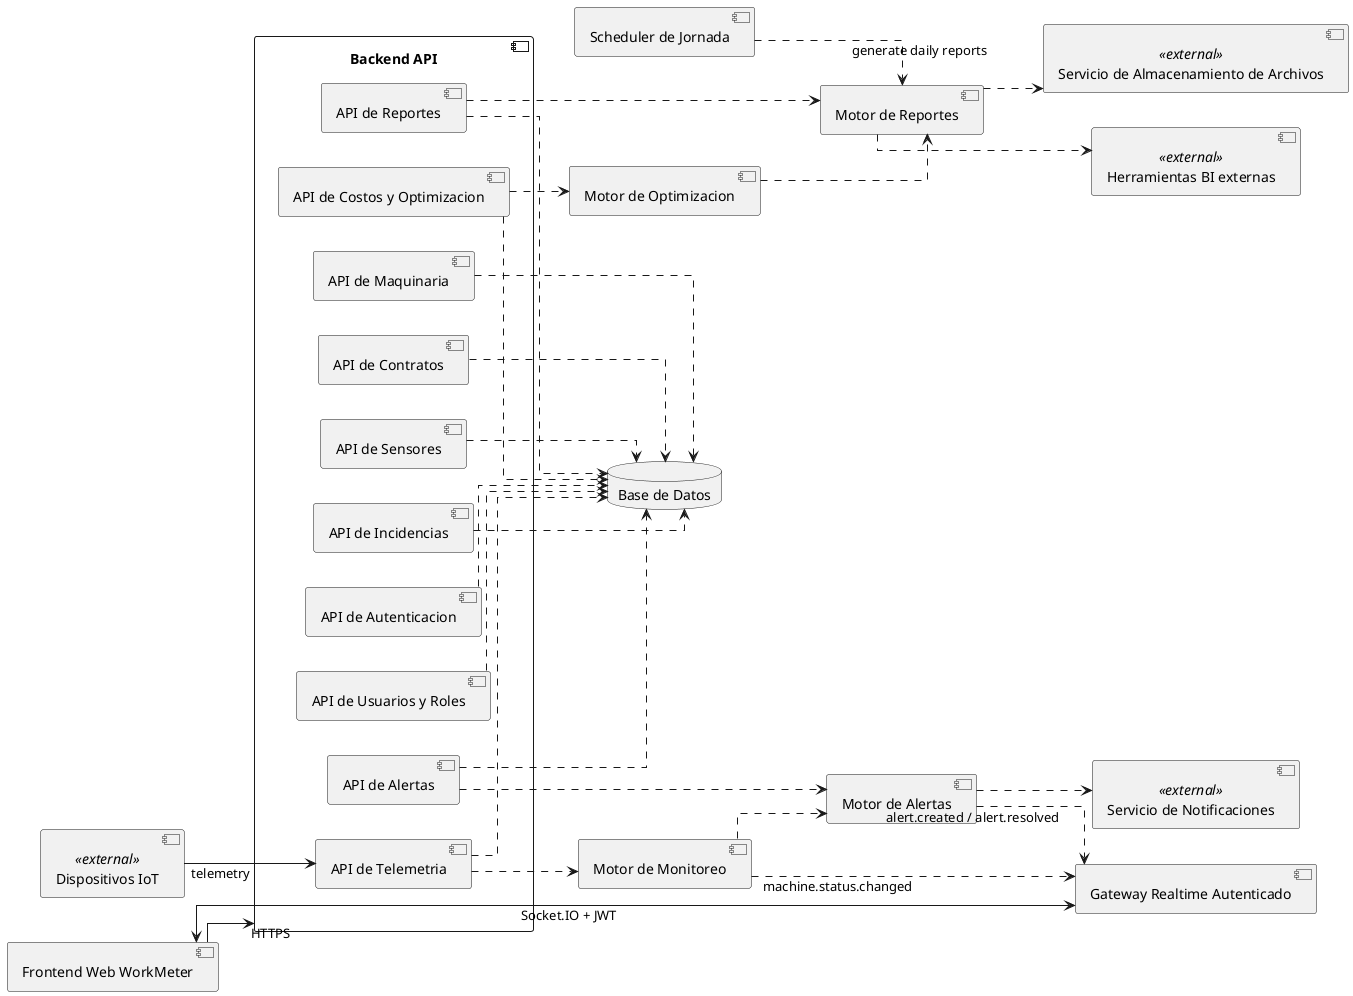
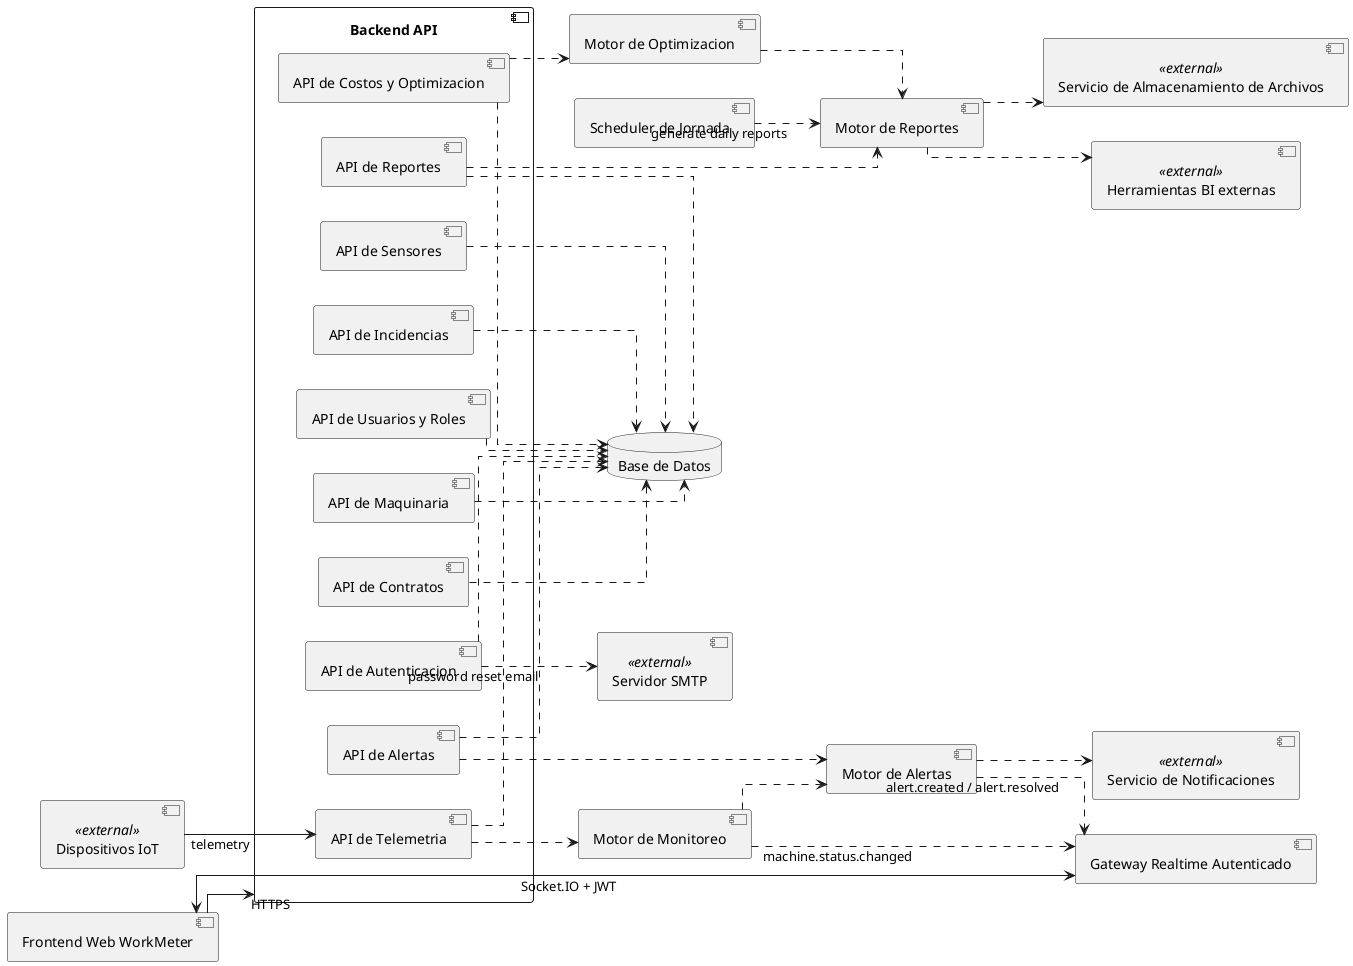
@startuml "Components: WorkMeter"
skinparam componentStyle uml2
skinparam linetype ortho
left to right direction

component "Frontend Web WorkMeter" as Frontend

component "Backend API" as Backend {
  component "API de Autenticacion" as AuthAPI
  component "API de Usuarios y Roles" as UsersAPI
  component "API de Maquinaria" as MachineryAPI
  component "API de Contratos" as ContractsAPI
  component "API de Sensores" as SensorsAPI
  component "API de Telemetria" as TelemetryAPI
  component "API de Alertas" as AlertsAPI
  component "API de Incidencias" as IncidentsAPI
  component "API de Reportes" as ReportsAPI
  component "API de Costos y Optimizacion" as CostsAPI
}

component "Motor de Monitoreo" as MonitoringEngine
component "Motor de Alertas" as AlertEngine
component "Motor de Reportes" as ReportsEngine
component "Scheduler de Jornada" as WorkdayScheduler
component "Gateway Realtime Autenticado" as RealtimeGateway
component "Motor de Optimizacion" as OptimizationEngine
database "Base de Datos" as Database
component "Dispositivos IoT" as IoT <<external>>
component "Servicio de Notificaciones" as Notifications <<external>>
component "Servicio de Almacenamiento de Archivos" as Storage <<external>>
+ component "Servidor SMTP" as SMTP <<external>>
component "Herramientas BI externas" as BI <<external>>

Frontend --> Backend : HTTPS
Frontend <--> RealtimeGateway : Socket.IO + JWT
IoT --> TelemetryAPI : telemetry

TelemetryAPI ..> MonitoringEngine
MonitoringEngine ..> AlertEngine
MonitoringEngine ..> RealtimeGateway : machine.status.changed
AlertEngine ..> RealtimeGateway : alert.created / alert.resolved
AlertsAPI ..> AlertEngine
ReportsAPI ..> ReportsEngine
WorkdayScheduler ..> ReportsEngine : generate daily reports
CostsAPI ..> OptimizationEngine

AuthAPI ..> Database
UsersAPI ..> Database
MachineryAPI ..> Database
ContractsAPI ..> Database
SensorsAPI ..> Database
TelemetryAPI ..> Database
AlertsAPI ..> Database
IncidentsAPI ..> Database
ReportsAPI ..> Database
CostsAPI ..> Database

AlertEngine ..> Notifications
+ AuthAPI ..> SMTP : password reset email
ReportsEngine ..> Storage
ReportsEngine ..> BI
OptimizationEngine ..> ReportsEngine
@enduml
